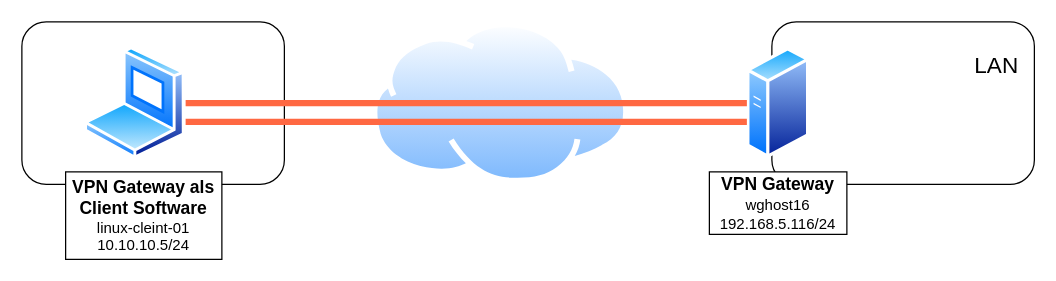
This is Project/VPN/Netzwerkplan_VPN.drawio from naemi-r/BLJ2024NaRos, a draw.io file, before an edit. Source tidied: cells renumbered, new cells numbered last; positions are measured from the earlier drawing's top-left corner, leaving out a move shared by most shapes. Both pictures are drawn from the tidied source at 125%, with x=0, y=0 at pixel (21, 21).
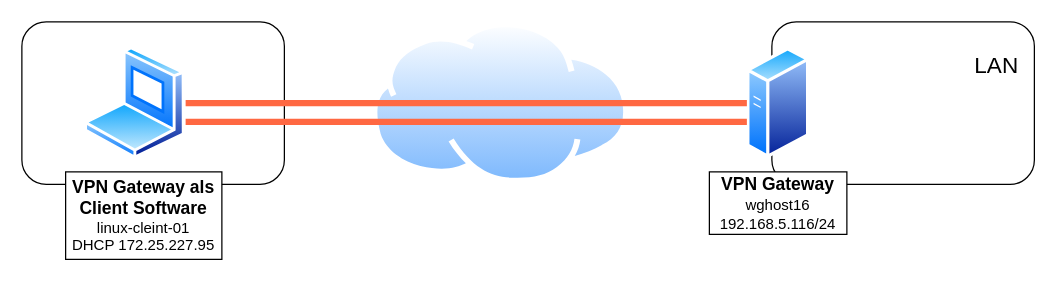
Above is the later version.

Change to the diagram source:
```diff
@@
 <mxGraphModel>
   <root>
     <mxCell id="0" />
     <mxCell id="1" parent="0" />
     <mxCell id="2" style="rounded=1;whiteSpace=wrap;html=1;" parent="1" vertex="1">
       <mxGeometry x="600" width="210" height="130" as="geometry" />
     </mxCell>
     <mxCell id="3" style="rounded=1;whiteSpace=wrap;html=1;" parent="1" vertex="1">
       <mxGeometry width="210" height="130" as="geometry" />
     </mxCell>
     <mxCell id="4" style="image;perimeter=ellipsePerimeter;html=1;align=center;shadow=0;dashed=0;spacingTop=3;image=img/lib/active_directory/generic_server.svg;" parent="1" vertex="1">
       <mxGeometry x="580" y="20" width="50.4" height="90" as="geometry" />
     </mxCell>
     <mxCell id="5" style="image;perimeter=ellipsePerimeter;html=1;align=center;shadow=0;dashed=0;spacingTop=3;image=img/lib/active_directory/laptop_client.svg;" parent="1" vertex="1">
       <mxGeometry x="50" y="20" width="81" height="90" as="geometry" />
     </mxCell>
     <mxCell id="6" style="image;perimeter=ellipsePerimeter;html=1;align=center;shadow=0;dashed=0;spacingTop=3;image=img/lib/active_directory/internet_cloud.svg;" parent="1" vertex="1">
       <mxGeometry x="280" width="206.4" height="130" as="geometry" />
     </mxCell>
     <mxCell id="7" value="&lt;font style=&quot;font-size: 14px;&quot;&gt;&lt;b&gt;VPN Gateway&lt;/b&gt;&lt;/font&gt;&lt;div&gt;&lt;font style=&quot;font-size: 14px;&quot;&gt;&lt;span style=&quot;font-size: 12px;&quot;&gt;wghost16&lt;/span&gt;&lt;div style=&quot;font-size: 12px;&quot;&gt;192.168.5.116/24&lt;/div&gt;&lt;/font&gt;&lt;/div&gt;" style="rounded=0;whiteSpace=wrap;html=1;" parent="1" vertex="1">
       <mxGeometry x="550" y="120" width="110" height="50" as="geometry" />
     </mxCell>
     <mxCell id="8" value="&lt;font style=&quot;font-size: 18px;&quot;&gt;LAN&lt;/font&gt;" style="text;html=1;align=center;verticalAlign=middle;whiteSpace=wrap;rounded=0;" parent="1" vertex="1">
       <mxGeometry x="760" y="20" width="40" height="30" as="geometry" />
     </mxCell>
-    <mxCell id="9" value="&lt;div&gt;&lt;font style=&quot;font-size: 14px;&quot;&gt;&lt;b&gt;VPN Gateway als Client Software&lt;/b&gt;&lt;/font&gt;&lt;/div&gt;linux-cleint-01&lt;div&gt;10.10.10.5/24&lt;/div&gt;" style="rounded=0;whiteSpace=wrap;html=1;" parent="1" vertex="1">
+    <mxCell id="9" value="&lt;div&gt;&lt;font style=&quot;font-size: 14px;&quot;&gt;&lt;b&gt;VPN Gateway als Client Software&lt;/b&gt;&lt;/font&gt;&lt;/div&gt;linux-cleint-01&lt;div&gt;DHCP 172.25.227.95&lt;/div&gt;" style="rounded=0;whiteSpace=wrap;html=1;" parent="1" vertex="1">
       <mxGeometry x="35" y="120" width="125" height="70" as="geometry" />
     </mxCell>
     <mxCell id="10" style="endArrow=none;html=1;rounded=0;exitX=1;exitY=0.5;exitDx=0;exitDy=0;entryX=0;entryY=0.5;entryDx=0;entryDy=0;strokeWidth=5;strokeColor=#FF6842;" parent="1" edge="1" source="5" target="4">
       <mxGeometry relative="1" as="geometry" />
     </mxCell>
     <mxCell id="11" style="endArrow=none;html=1;rounded=0;exitX=1;exitY=0.5;exitDx=0;exitDy=0;entryX=0;entryY=0.5;entryDx=0;entryDy=0;strokeWidth=5;strokeColor=#FF6842;" parent="1" edge="1">
       <mxGeometry relative="1" as="geometry">
         <mxPoint x="131" y="80" as="sourcePoint" />
         <mxPoint x="580" y="80" as="targetPoint" />
       </mxGeometry>
     </mxCell>
   </root>
 </mxGraphModel>
```
